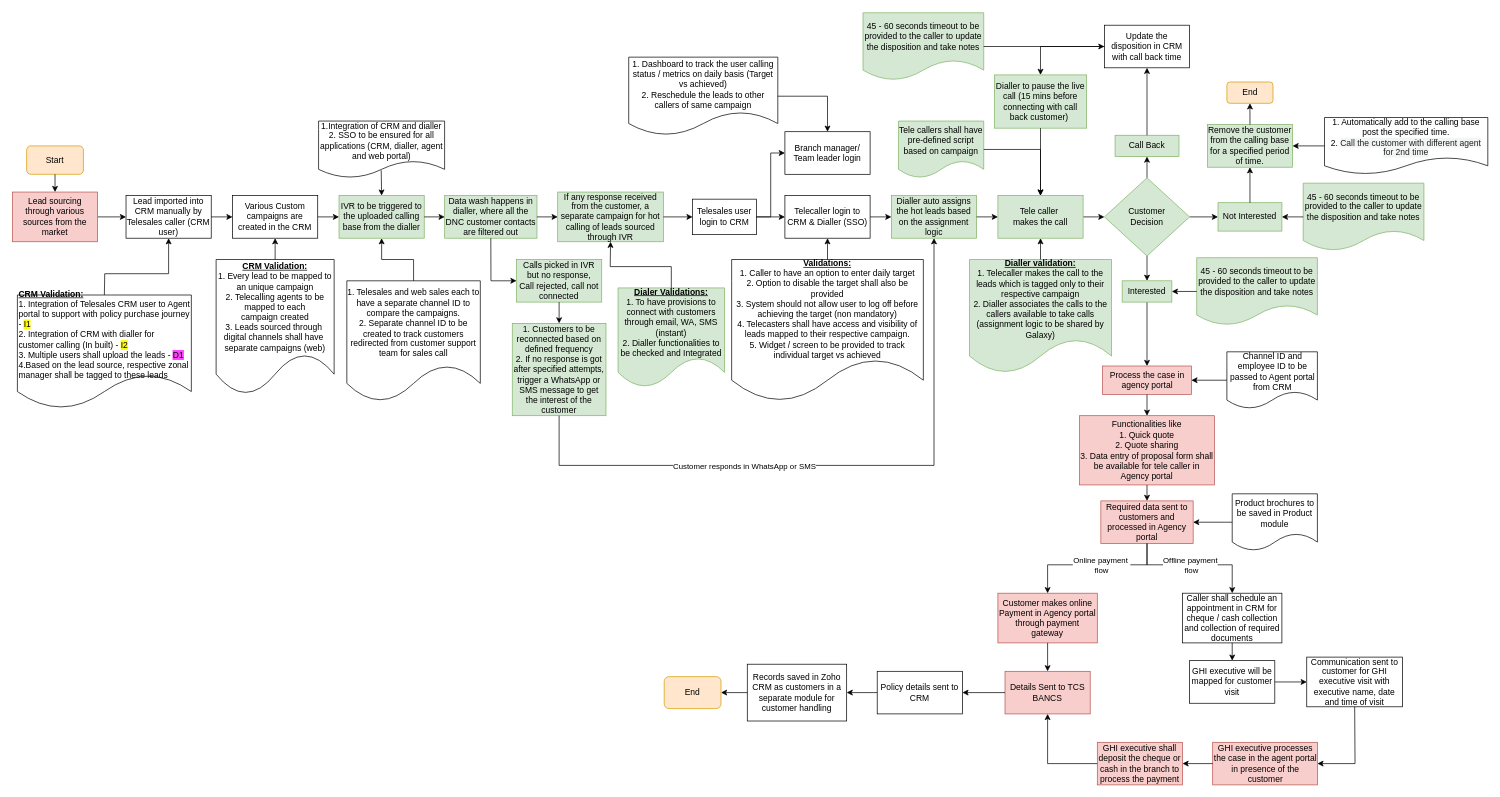
Before: TeleSales.drawio in shaileshsreedar/Galaxy, a draw.io diagram. Source tidied: cells renumbered, new cells numbered last; positions are measured from the earlier drawing's top-left corner, leaving out a move shared by most shapes. Both pictures are drawn from the tidied source at 71%, with x=0, y=0 at pixel (12, 12).
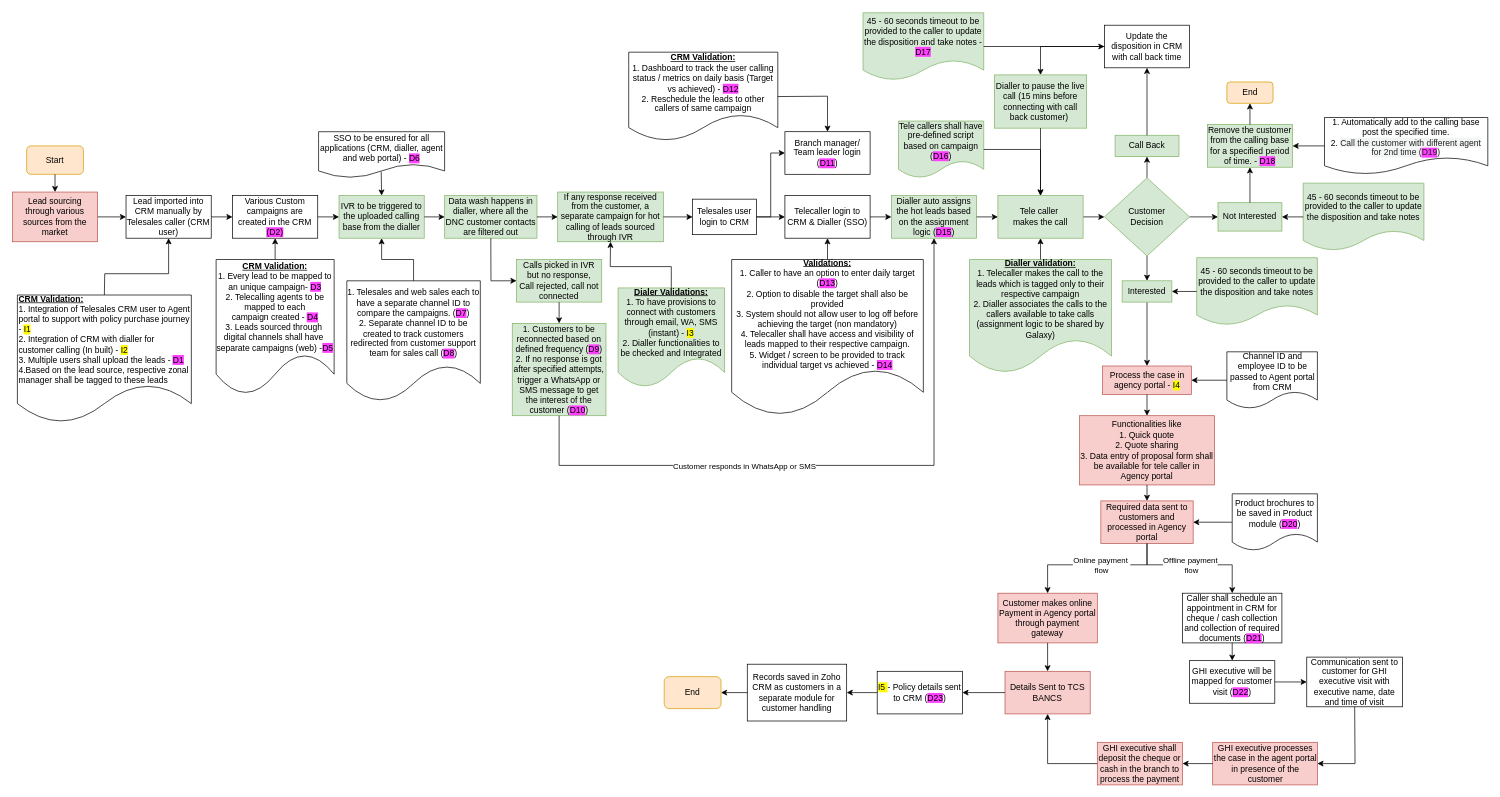
The same page after the edit.

Diff of the diagram source:
```diff
@@
-    <mxCell id="16" value="Process the case in agency portal" style="whiteSpace=wrap;html=1;fillColor=#f8cecc;strokeColor=#b85450;" parent="1" vertex="1">
+    <mxCell id="16" value="Process the case in agency portal - &lt;span style=&quot;background-color: rgb(255, 251, 0);&quot;&gt;I4&lt;/span&gt;" style="whiteSpace=wrap;html=1;fillColor=#f8cecc;strokeColor=#b85450;" parent="1" vertex="1">
       <mxGeometry x="1535.5" y="498" width="125" height="40" as="geometry" />
     </mxCell>
@@
-    <mxCell id="19" value="Policy details sent to CRM" style="whiteSpace=wrap;html=1;" parent="1" vertex="1">
+    <mxCell id="19" value="&lt;span style=&quot;background-color: rgb(255, 251, 0);&quot;&gt;I5 &lt;/span&gt;- Policy details sent to CRM (&lt;span style=&quot;background-color: rgb(255, 64, 255);&quot;&gt;D23&lt;/span&gt;)" style="whiteSpace=wrap;html=1;" parent="1" vertex="1">
       <mxGeometry x="1218" y="928" width="120" height="60" as="geometry" />
     </mxCell>
@@
     <mxCell id="26" value="&lt;b&gt;&lt;u&gt;CRM Validation:&lt;/u&gt;&lt;/b&gt;&lt;div&gt;1. Integration of Telesales CRM user to Agent portal to support with policy purchase journey - &lt;span style=&quot;background-color: rgb(255, 251, 0);&quot;&gt;I1&lt;/span&gt;&lt;/div&gt;&lt;div&gt;2. Integration of CRM with dialler for customer calling (In built) - &lt;span style=&quot;background-color: rgb(255, 251, 0);&quot;&gt;I2&lt;/span&gt;&lt;/div&gt;&lt;div&gt;3. Multiple users shall upload the leads - &lt;span style=&quot;background-color: rgb(255, 64, 255);&quot;&gt;D1&lt;/span&gt;&lt;/div&gt;&lt;div&gt;4.Based on the lead source, respective zonal manager shall be tagged to these leads&lt;/div&gt;" style="shape=document;whiteSpace=wrap;html=1;boundedLbl=1;align=left;" parent="1" vertex="1">
-      <mxGeometry x="7" y="398" width="245" height="160" as="geometry" />
+      <mxGeometry x="7" y="398" width="245" height="180" as="geometry" />
     </mxCell>
@@
-    <mxCell id="29" value="1.Integration of CRM and dialler&lt;div&gt;2. SSO to be ensured for all applications (CRM, dialler, agent and web portal)&lt;/div&gt;" style="shape=document;whiteSpace=wrap;html=1;boundedLbl=1;" parent="1" vertex="1">
-      <mxGeometry x="431.2" y="153" width="177.5" height="80" as="geometry" />
+    <mxCell id="29" value="SSO to be ensured for all applications (CRM, dialler, agent and web portal) - &lt;span style=&quot;background-color: rgb(255, 64, 255);&quot;&gt;D6&lt;/span&gt;" style="shape=document;whiteSpace=wrap;html=1;boundedLbl=1;" parent="1" vertex="1">
+      <mxGeometry x="431.2" y="168" width="177.5" height="65" as="geometry" />
     </mxCell>
@@
-    <mxCell id="37" value="1. Customers to be reconnected based on defined frequency&lt;div&gt;2. If no response is got after specified attempts, trigger a WhatsApp or SMS message to get the interest of the customer&lt;/div&gt;" style="rounded=0;whiteSpace=wrap;html=1;fillColor=#d5e8d4;strokeColor=#82b366;" parent="1" vertex="1">
+    <mxCell id="37" value="1. Customers to be reconnected based on defined frequency (&lt;span style=&quot;background-color: rgb(255, 64, 255);&quot;&gt;D9&lt;/span&gt;)&lt;div&gt;2. If no response is got after specified attempts, trigger a WhatsApp or SMS message to get the interest of the customer (&lt;span style=&quot;background-color: rgb(255, 64, 255);&quot;&gt;D10&lt;/span&gt;)&lt;/div&gt;" style="rounded=0;whiteSpace=wrap;html=1;fillColor=#d5e8d4;strokeColor=#82b366;" parent="1" vertex="1">
       <mxGeometry x="704" y="438" width="132" height="130" as="geometry" />
     </mxCell>
@@
-    <mxCell id="39" value="1. Telesales and web sales each to have a separate channel ID to compare the campaigns.&lt;div&gt;2. Separate channel ID to be created to track customers redirected from customer support team for sales call&lt;/div&gt;" style="shape=document;whiteSpace=wrap;html=1;boundedLbl=1;" parent="1" vertex="1">
+    <mxCell id="39" value="1. Telesales and web sales each to have a separate channel ID to compare the campaigns. (&lt;span style=&quot;background-color: rgb(255, 64, 255);&quot;&gt;D7&lt;/span&gt;)&lt;div&gt;2. Separate channel ID to be created to track customers redirected from customer support team for sales call (&lt;span style=&quot;background-color: rgb(255, 64, 255);&quot;&gt;D8&lt;/span&gt;)&lt;/div&gt;" style="shape=document;whiteSpace=wrap;html=1;boundedLbl=1;" parent="1" vertex="1">
       <mxGeometry x="471" y="378" width="188" height="170" as="geometry" />
     </mxCell>
@@
-    <mxCell id="41" value="Dialler auto assigns the hot leads based on the assignment logic" style="rounded=0;whiteSpace=wrap;html=1;fillColor=#d5e8d4;strokeColor=#82b366;" parent="1" vertex="1">
+    <mxCell id="41" value="Dialler auto assigns the hot leads based on the assignment logic (&lt;span style=&quot;background-color: rgb(255, 64, 255);&quot;&gt;D15&lt;/span&gt;)" style="rounded=0;whiteSpace=wrap;html=1;fillColor=#d5e8d4;strokeColor=#82b366;" parent="1" vertex="1">
       <mxGeometry x="1238" y="258" width="120" height="60" as="geometry" />
     </mxCell>
@@
-    <mxCell id="43" value="Various Custom campaigns are created in the CRM" style="rounded=0;whiteSpace=wrap;html=1;" parent="1" vertex="1">
+    <mxCell id="43" value="Various Custom campaigns are created in the CRM &lt;span style=&quot;background-color: rgb(255, 64, 255);&quot;&gt;(D2)&lt;/span&gt;" style="rounded=0;whiteSpace=wrap;html=1;" parent="1" vertex="1">
       <mxGeometry x="310" y="258" width="120" height="60" as="geometry" />
     </mxCell>
@@
-    <mxCell id="45" value="&lt;b&gt;&lt;u&gt;CRM Validation:&lt;/u&gt;&lt;/b&gt;&lt;div&gt;1. Every lead to be mapped to an unique campaign&lt;/div&gt;&lt;div&gt;2. T&lt;span style=&quot;white-space: pre;&quot;&gt;elecalling agents to be&lt;/span&gt;&lt;/div&gt;&lt;div&gt;&lt;span style=&quot;white-space: pre;&quot;&gt; mapped to each&amp;nbsp;&lt;/span&gt;&lt;/div&gt;&lt;div&gt;&lt;span style=&quot;white-space: pre;&quot;&gt;campaign created&lt;/span&gt;&lt;/div&gt;&lt;div&gt;&lt;span style=&quot;white-space: pre;&quot;&gt;3. Leads sourced through&amp;nbsp;&lt;/span&gt;&lt;/div&gt;&lt;div&gt;&lt;span style=&quot;white-space: pre;&quot;&gt;digital channels shall have&amp;nbsp;&lt;/span&gt;&lt;/div&gt;&lt;div&gt;&lt;span style=&quot;white-space: pre;&quot;&gt;separate campaigns (web)&lt;/span&gt;&lt;/div&gt;" style="shape=document;whiteSpace=wrap;html=1;boundedLbl=1;" parent="1" vertex="1">
+    <mxCell id="45" value="&lt;b&gt;&lt;u&gt;CRM Validation:&lt;/u&gt;&lt;/b&gt;&lt;div&gt;1. Every lead to be mapped to an unique campaign- &lt;span style=&quot;background-color: rgb(255, 64, 255);&quot;&gt;D3&lt;/span&gt;&lt;/div&gt;&lt;div&gt;2. T&lt;span style=&quot;white-space: pre;&quot;&gt;elecalling agents to be&lt;/span&gt;&lt;/div&gt;&lt;div&gt;&lt;span style=&quot;white-space: pre;&quot;&gt; mapped to each&amp;nbsp;&lt;/span&gt;&lt;/div&gt;&lt;div&gt;&lt;span style=&quot;white-space: pre;&quot;&gt;campaign created - &lt;span style=&quot;background-color: rgb(255, 64, 255);&quot;&gt;D4&lt;/span&gt;&lt;/span&gt;&lt;/div&gt;&lt;div&gt;&lt;span style=&quot;white-space: pre;&quot;&gt;3. Leads sourced through&amp;nbsp;&lt;/span&gt;&lt;/div&gt;&lt;div&gt;&lt;span style=&quot;white-space: pre;&quot;&gt;digital channels shall have&amp;nbsp;&lt;/span&gt;&lt;/div&gt;&lt;div&gt;&lt;span style=&quot;white-space: pre;&quot;&gt;separate campaigns (web) -&lt;span style=&quot;background-color: rgb(255, 64, 255);&quot;&gt;D5&lt;/span&gt;&lt;/span&gt;&lt;/div&gt;" style="shape=document;whiteSpace=wrap;html=1;boundedLbl=1;" parent="1" vertex="1">
       <mxGeometry x="286.9" y="348" width="166.2" height="190" as="geometry" />
     </mxCell>
@@
-    <mxCell id="53" value="Remove the customer from the calling base for a specified period of time." style="rounded=0;whiteSpace=wrap;html=1;fillColor=#d5e8d4;strokeColor=#82b366;" parent="1" vertex="1">
+    <mxCell id="53" value="Remove the customer from the calling base for a specified period of time. - &lt;span style=&quot;background-color: rgb(255, 64, 255);&quot;&gt;D18&lt;/span&gt;" style="rounded=0;whiteSpace=wrap;html=1;fillColor=#d5e8d4;strokeColor=#82b366;" parent="1" vertex="1">
       <mxGeometry x="1683" y="158" width="120" height="60" as="geometry" />
     </mxCell>
@@
-    <mxCell id="55" value="1. Automatically add to the calling base post the specified time.&lt;div&gt;2.&amp;nbsp;&lt;span style=&quot;caret-color: rgb(34, 34, 34); color: rgb(34, 34, 34); font-family: inherit; letter-spacing: 0.01px; text-align: left; background-color: rgb(243, 245, 245);&quot;&gt;Call the customer with different agent for 2nd time&lt;/span&gt;&lt;/div&gt;" style="shape=document;whiteSpace=wrap;html=1;boundedLbl=1;" parent="1" vertex="1">
+    <mxCell id="55" value="1. Automatically add to the calling base post the specified time.&lt;div&gt;2.&amp;nbsp;&lt;span style=&quot;caret-color: rgb(34, 34, 34); color: rgb(34, 34, 34); font-family: inherit; letter-spacing: 0.01px; text-align: left; background-color: rgb(243, 245, 245);&quot;&gt;Call the customer with different agent for 2nd time (&lt;/span&gt;&lt;span style=&quot;caret-color: rgb(34, 34, 34); color: rgb(34, 34, 34); font-family: inherit; letter-spacing: 0.01px; text-align: left; background-color: rgb(255, 64, 255);&quot;&gt;D19&lt;/span&gt;&lt;span style=&quot;caret-color: rgb(34, 34, 34); color: rgb(34, 34, 34); font-family: inherit; letter-spacing: 0.01px; text-align: left; background-color: rgb(243, 245, 245);&quot;&gt;)&lt;/span&gt;&lt;/div&gt;" style="shape=document;whiteSpace=wrap;html=1;boundedLbl=1;" parent="1" vertex="1">
       <mxGeometry x="1848" y="148" width="230" height="80" as="geometry" />
     </mxCell>
@@
-    <mxCell id="61" value="45 - 60 seconds timeout to be provided to the caller to update the disposition and take notes" style="shape=document;whiteSpace=wrap;html=1;boundedLbl=1;fillColor=#d5e8d4;strokeColor=#82b366;" parent="1" vertex="1">
+    <mxCell id="61" value="45 - 60 seconds timeout to be provided to the caller to update the disposition and take notes - &lt;span style=&quot;background-color: rgb(255, 64, 255);&quot;&gt;D17&lt;/span&gt;" style="shape=document;whiteSpace=wrap;html=1;boundedLbl=1;fillColor=#d5e8d4;strokeColor=#82b366;" parent="1" vertex="1">
       <mxGeometry x="1198" y="0.5" width="170" height="95" as="geometry" />
     </mxCell>
@@
-    <mxCell id="73" value="Caller shall schedule an appointment in CRM for cheque / cash collection and collection of required documents" style="whiteSpace=wrap;html=1;" parent="1" vertex="1">
+    <mxCell id="73" value="Caller shall schedule an appointment in CRM for cheque / cash collection and collection of required documents (&lt;span style=&quot;background-color: rgb(255, 64, 255);&quot;&gt;D21&lt;/span&gt;)" style="whiteSpace=wrap;html=1;" parent="1" vertex="1">
       <mxGeometry x="1648" y="818" width="140" height="70" as="geometry" />
     </mxCell>
-    <mxCell id="74" value="GHI executive will be mapped for customer visit" style="rounded=0;whiteSpace=wrap;html=1;" parent="1" vertex="1">
+    <mxCell id="74" value="GHI executive will be mapped for customer visit (&lt;span style=&quot;background-color: rgb(255, 64, 255);&quot;&gt;D22&lt;/span&gt;)" style="rounded=0;whiteSpace=wrap;html=1;" parent="1" vertex="1">
       <mxGeometry x="1658" y="913" width="120" height="60" as="geometry" />
     </mxCell>
@@
-    <mxCell id="88" value="Tele callers shall have pre-defined script based on campaign" style="shape=document;whiteSpace=wrap;html=1;boundedLbl=1;fillColor=#d5e8d4;strokeColor=#82b366;" parent="1" vertex="1">
+    <mxCell id="88" value="Tele callers shall have pre-defined script based on campaign (&lt;span style=&quot;background-color: rgb(255, 64, 255);&quot;&gt;D16&lt;/span&gt;)" style="shape=document;whiteSpace=wrap;html=1;boundedLbl=1;fillColor=#d5e8d4;strokeColor=#82b366;" parent="1" vertex="1">
       <mxGeometry x="1248" y="153" width="120" height="80" as="geometry" />
     </mxCell>
@@
-    <mxCell id="90" value="&lt;b&gt;&lt;u&gt;Validations:&lt;/u&gt;&lt;/b&gt;&lt;div&gt;1. Caller to have an option to enter daily target&lt;div&gt;2. Option to disable the target shall also be provided&lt;/div&gt;&lt;div&gt;3. System should not allow user to log off before achieving the target (non mandatory)&lt;/div&gt;&lt;/div&gt;&lt;div&gt;4. Telecasters shall have access and visibility of leads mapped to their respective campaign.&lt;/div&gt;&lt;div&gt;5. Widget / screen to be provided to track individual target vs achieved&lt;/div&gt;" style="shape=document;whiteSpace=wrap;html=1;boundedLbl=1;" parent="1" vertex="1">
-      <mxGeometry x="1013" y="348" width="270" height="200" as="geometry" />
+    <mxCell id="90" value="&lt;b&gt;&lt;u&gt;Validations:&lt;/u&gt;&lt;/b&gt;&lt;div&gt;1. Caller to have an option to enter daily target (&lt;span style=&quot;background-color: rgb(255, 64, 255);&quot;&gt;D13&lt;/span&gt;)&lt;div&gt;2. Option to disable the target shall also be provided&lt;/div&gt;&lt;div&gt;3. System should not allow user to log off before achieving the target (non mandatory)&lt;/div&gt;&lt;/div&gt;&lt;div&gt;4. Telecaller shall have access and visibility of leads mapped to their respective campaign.&lt;/div&gt;&lt;div&gt;5. Widget / screen to be provided to track individual target vs achieved - &lt;span style=&quot;background-color: rgb(255, 64, 255);&quot;&gt;D14&lt;/span&gt;&lt;/div&gt;" style="shape=document;whiteSpace=wrap;html=1;boundedLbl=1;" parent="1" vertex="1">
+      <mxGeometry x="1013" y="348" width="270" height="220" as="geometry" />
     </mxCell>
@@
-    <mxCell id="97" value="Branch manager/ Team leader login" style="rounded=0;whiteSpace=wrap;html=1;" parent="1" vertex="1">
+    <mxCell id="97" value="Branch manager/ Team leader login (&lt;span style=&quot;background-color: rgb(255, 64, 255);&quot;&gt;D11&lt;/span&gt;)" style="rounded=0;whiteSpace=wrap;html=1;" parent="1" vertex="1">
       <mxGeometry x="1088" y="168" width="120" height="60" as="geometry" />
     </mxCell>
@@
-    <mxCell id="99" value="1. Dashboard to track the user calling status / metrics on daily basis (Target vs achieved)&lt;div&gt;2. Reschedule the leads to other callers of same campaign&lt;/div&gt;" style="shape=document;whiteSpace=wrap;html=1;boundedLbl=1;" parent="1" vertex="1">
-      <mxGeometry x="868" y="63" width="210" height="110" as="geometry" />
+    <mxCell id="99" value="&lt;b&gt;&lt;u&gt;CRM Validation:&lt;/u&gt;&lt;/b&gt;&lt;div&gt;1. Dashboard to track the user calling status / metrics on daily basis (Target vs achieved) - &lt;span style=&quot;background-color: rgb(255, 64, 255);&quot;&gt;D12&lt;/span&gt;&lt;div&gt;2. Reschedule the leads to other callers of same campaign&lt;/div&gt;&lt;/div&gt;" style="shape=document;whiteSpace=wrap;html=1;boundedLbl=1;" parent="1" vertex="1">
+      <mxGeometry x="868" y="56" width="210" height="125" as="geometry" />
     </mxCell>
@@
-    <mxCell id="101" value="&lt;b&gt;&lt;u&gt;Dialer Validations:&lt;/u&gt;&lt;/b&gt;&lt;div&gt;1. To have provisions to connect with customers through email, WA, SMS (instant)&lt;/div&gt;&lt;div&gt;2. Dialler functionalities to be checked and Integrated&lt;/div&gt;" style="shape=document;whiteSpace=wrap;html=1;boundedLbl=1;fillColor=#d5e8d4;strokeColor=#82b366;" parent="1" vertex="1">
+    <mxCell id="101" value="&lt;b&gt;&lt;u&gt;Dialer Validations:&lt;/u&gt;&lt;/b&gt;&lt;div&gt;1. To have provisions to connect with customers through email, WA, SMS (instant) - &lt;span style=&quot;background-color: rgb(255, 251, 0);&quot;&gt;I3&lt;/span&gt;&lt;/div&gt;&lt;div&gt;2. Dialler functionalities to be checked and Integrated&lt;/div&gt;" style="shape=document;whiteSpace=wrap;html=1;boundedLbl=1;fillColor=#d5e8d4;strokeColor=#82b366;" parent="1" vertex="1">
       <mxGeometry x="853" y="388" width="150" height="140" as="geometry" />
     </mxCell>
@@
-    <mxCell id="105" value="Product brochures to be saved in Product module" style="shape=document;whiteSpace=wrap;html=1;boundedLbl=1;" parent="1" vertex="1">
+    <mxCell id="105" value="Product brochures to be saved in Product module (&lt;span style=&quot;background-color: rgb(255, 64, 255);&quot;&gt;D20&lt;/span&gt;)" style="shape=document;whiteSpace=wrap;html=1;boundedLbl=1;" parent="1" vertex="1">
       <mxGeometry x="1718" y="678" width="120" height="80" as="geometry" />
     </mxCell>
```
